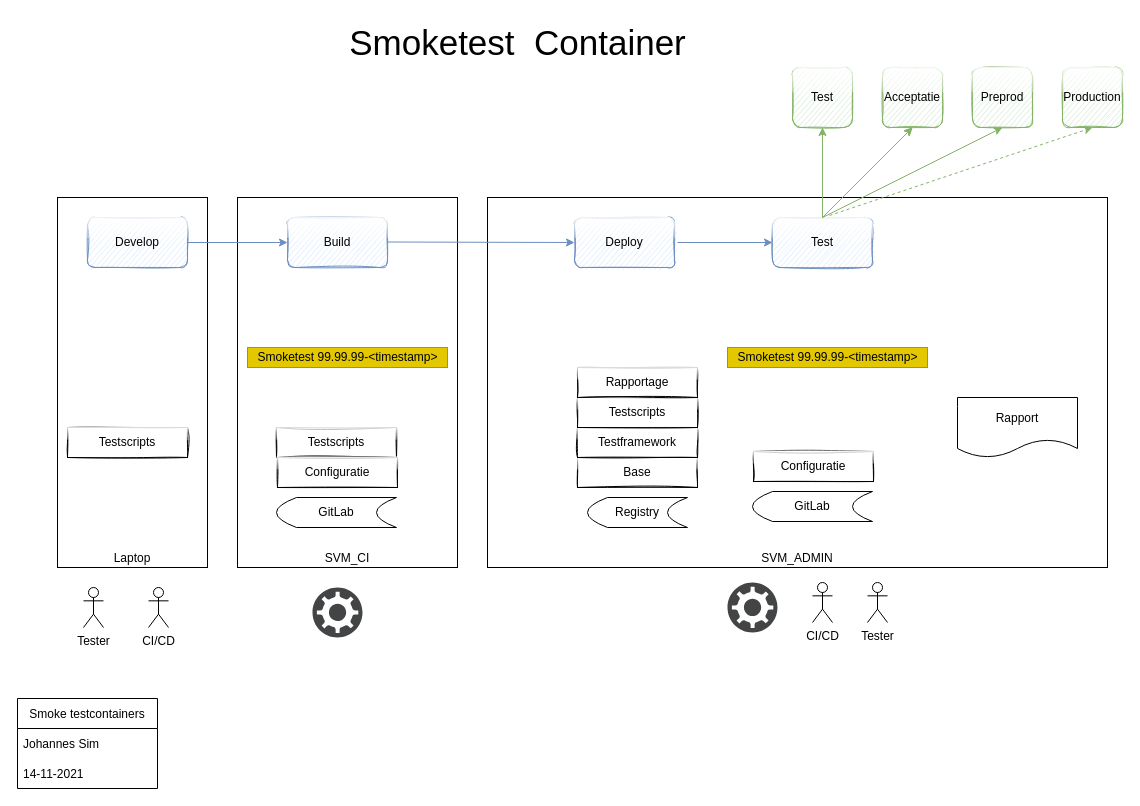
This is Pictures/Testcontainers.drawio from Sim007/ContinuousDelivery, a draw.io file, before an edit. Source tidied: cells renumbered, new cells numbered last; positions are measured from the earlier drawing's top-left corner, leaving out a move shared by most shapes. Both pictures are drawn from the tidied source at 100%, with x=0, y=0 at pixel (17, 17).
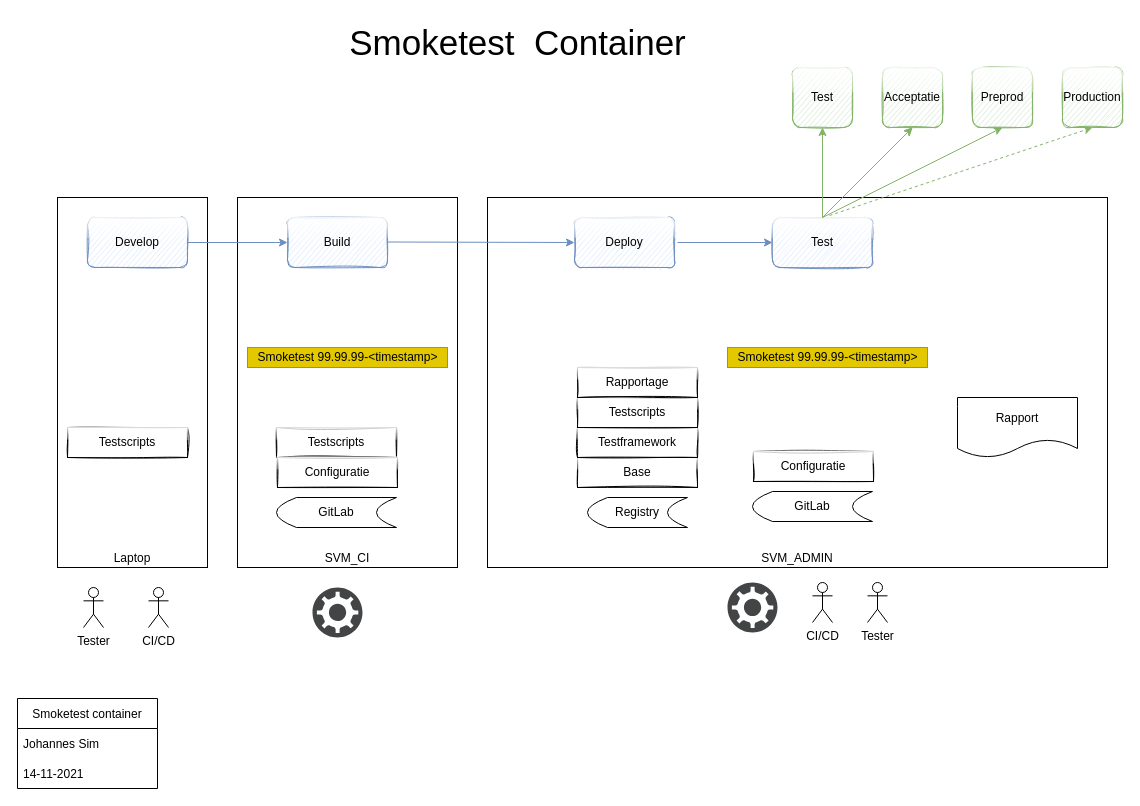
The same page after the edit.

The edit, as a diff of the source:
```diff
@@
-    <mxCell id="5" value="Smoke testcontainers" style="swimlane;fontStyle=0;horizontal=1;startSize=30;" parent="1" vertex="1">
+    <mxCell id="5" value="Smoketest container" style="swimlane;fontStyle=0;horizontal=1;startSize=30;" parent="1" vertex="1">
       <mxGeometry y="681" width="140" height="90" as="geometry" />
     </mxCell>
```
